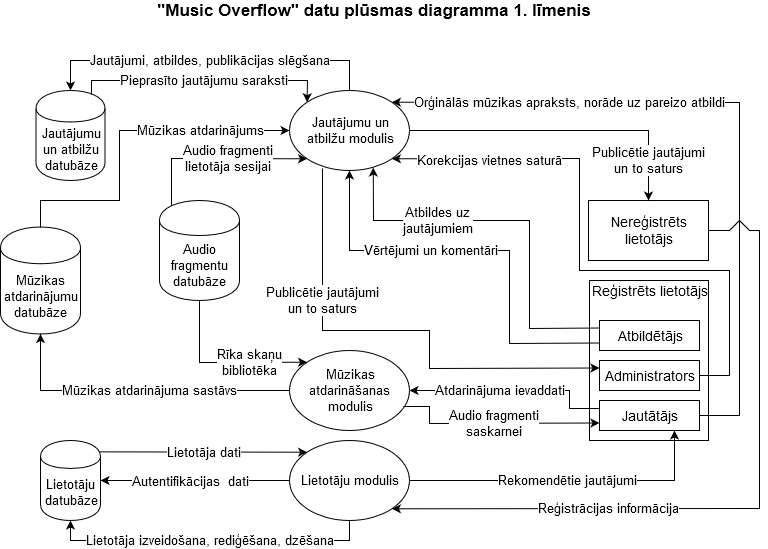
Above: DPD1.png in santiims/PI (draw.io), before the change. Source tidied: cells renumbered, new cells last; positions are measured from the earlier drawing's top-left corner, leaving out a move shared by most shapes.
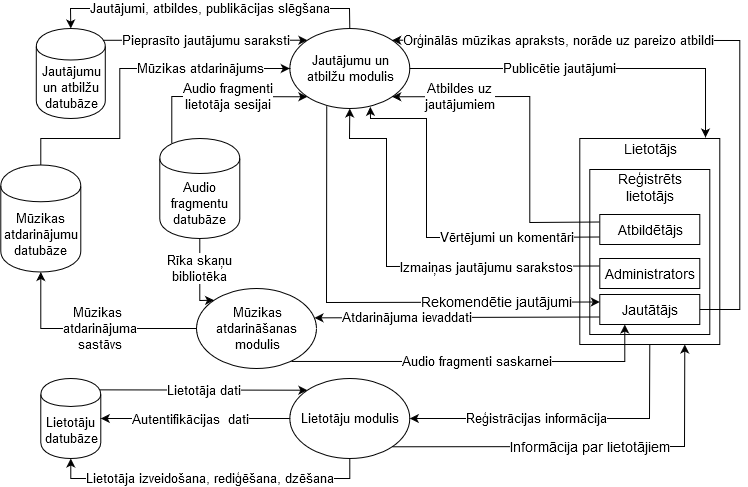
The same diagram one commit later.

The edit, as a diff of the source:
```diff
@@ -2,82 +2,61 @@
   <root>
     <mxCell id="0" />
     <mxCell id="1" parent="0" />
-    <mxCell id="2" style="rounded=0;whiteSpace=wrap;html=1;fillColor=none;" parent="1" vertex="1">
-      <mxGeometry x="589" y="280" width="119" height="160" as="geometry" />
-    </mxCell>
+    <mxCell id="37" style="rounded=0;whiteSpace=wrap;html=1;fillColor=none;" parent="1" vertex="1">
+      <mxGeometry x="579" y="200" width="140" height="206" as="geometry" />
+    </mxCell>
+    <mxCell id="38" style="rounded=0;whiteSpace=wrap;html=1;fillColor=none;" parent="1" vertex="1">
+      <mxGeometry x="589" y="231" width="120" height="165" as="geometry" />
+    </mxCell>
     <mxCell id="3" value="Jautājumu un atbilžu modulis" style="ellipse;whiteSpace=wrap;html=1;fontSize=13;" parent="1" vertex="1">
       <mxGeometry x="289" y="90" width="120" height="80" as="geometry" />
     </mxCell>
     <mxCell id="4" value="Mūzikas atdarināšanas&lt;br style=&quot;font-size: 13px;&quot;&gt;modulis" style="ellipse;whiteSpace=wrap;html=1;fontSize=13;" parent="1" vertex="1">
-      <mxGeometry x="289" y="350" width="120" height="80" as="geometry" />
+      <mxGeometry x="195.7" y="350" width="120" height="80" as="geometry" />
     </mxCell>
     <mxCell id="5" value="Lietotāju modulis" style="ellipse;whiteSpace=wrap;html=1;fontSize=13;" parent="1" vertex="1">
       <mxGeometry x="289" y="440" width="120" height="80" as="geometry" />
     </mxCell>
-    <mxCell id="6" value="Atbildētājs" style="rounded=0;whiteSpace=wrap;html=1;fontSize=14;" parent="1" vertex="1">
-      <mxGeometry x="599" y="320" width="100" height="30" as="geometry" />
-    </mxCell>
-    <mxCell id="7" value="Jautātājs" style="rounded=0;whiteSpace=wrap;html=1;fontSize=14;" parent="1" vertex="1">
-      <mxGeometry x="599" y="400" width="100" height="30" as="geometry" />
-    </mxCell>
-    <mxCell id="8" value="Nereģistrēts lietotājs" style="rounded=0;whiteSpace=wrap;html=1;fontSize=14;" parent="1" vertex="1">
-      <mxGeometry x="588" y="200" width="120" height="60" as="geometry" />
-    </mxCell>
-    <mxCell id="9" value="Vērtējumi&amp;nbsp;un komentāri" style="endArrow=classic;html=1;rounded=0;exitX=0;exitY=0.75;exitDx=0;exitDy=0;entryX=0.5;entryY=1;entryDx=0;entryDy=0;fontSize=13;" parent="1" edge="1" source="6" target="3">
-      <mxGeometry x="0.24" relative="1" as="geometry">
+    <mxCell id="9" value="Vērtējumi&amp;nbsp;un komentāri" style="endArrow=classic;html=1;rounded=0;exitX=0;exitY=0.75;exitDx=0;exitDy=0;entryX=0.671;entryY=0.979;entryDx=0;entryDy=0;fontSize=13;entryPerimeter=0;" parent="1" edge="1" source="6" target="3">
+      <mxGeometry x="-0.48" relative="1" as="geometry">
         <Array as="points">
-          <mxPoint x="509" y="343" />
-          <mxPoint x="509" y="250" />
-          <mxPoint x="349" y="250" />
+          <mxPoint x="509" y="299" />
+          <mxPoint x="425.7" y="299" />
+          <mxPoint x="425.7" y="180" />
+          <mxPoint x="369.7" y="180" />
         </Array>
-        <mxPoint x="1" as="offset" />
       </mxGeometry>
     </mxCell>
-    <mxCell id="10" value="Atbildes uz&lt;br style=&quot;font-size: 13px;&quot;&gt;jautājumiem" style="endArrow=classic;html=1;rounded=0;exitX=0;exitY=0.25;exitDx=0;exitDy=0;fontSize=13;entryX=0.698;entryY=0.963;entryDx=0;entryDy=0;entryPerimeter=0;" parent="1" edge="1" source="6" target="3">
-      <mxGeometry x="0.39" relative="1" as="geometry">
+    <mxCell id="10" value="Atbildes uz&lt;br style=&quot;font-size: 13px;&quot;&gt;jautājumiem" style="endArrow=classic;html=1;rounded=0;exitX=0;exitY=0.25;exitDx=0;exitDy=0;fontSize=13;entryX=1;entryY=1;entryDx=0;entryDy=0;" parent="1" edge="1" source="6" target="3">
+      <mxGeometry x="0.59" relative="1" as="geometry">
         <Array as="points">
-          <mxPoint x="529" y="328" />
+          <mxPoint x="529" y="284" />
           <mxPoint x="529" y="220" />
-          <mxPoint x="373" y="220" />
+          <mxPoint x="529" y="158" />
         </Array>
       </mxGeometry>
     </mxCell>
-    <mxCell id="11" value="Publicētie jautājumi&lt;br style=&quot;font-size: 13px;&quot;&gt;un to saturs" style="endArrow=classic;html=1;rounded=0;entryX=0.5;entryY=0;entryDx=0;entryDy=0;exitX=1;exitY=0.5;exitDx=0;exitDy=0;fontSize=13;" parent="1" edge="1" source="3" target="8">
-      <mxGeometry x="0.55" y="-30" relative="1" as="geometry">
+    <mxCell id="11" value="Publicētie jautājumi" style="endArrow=classic;html=1;rounded=0;entryX=0.898;entryY=-0.05;entryDx=0;entryDy=0;exitX=1;exitY=0.5;exitDx=0;exitDy=0;fontSize=13;entryPerimeter=0;" parent="1" edge="1" source="3" target="39">
+      <mxGeometry x="-0.18" relative="1" as="geometry">
         <Array as="points">
-          <mxPoint x="648" y="130" />
+          <mxPoint x="704.7" y="130" />
         </Array>
-        <mxPoint x="30" y="30" as="offset" />
       </mxGeometry>
     </mxCell>
-    <mxCell id="12" value="Atdarinājuma ievaddati" style="endArrow=classic;html=1;rounded=0;entryX=1;entryY=0.5;entryDx=0;entryDy=0;fontSize=13;" parent="1" edge="1" target="4">
-      <mxGeometry x="0.13" relative="1" as="geometry">
-        <mxPoint x="599" y="408" as="sourcePoint" />
-        <Array as="points">
-          <mxPoint x="569" y="408" />
-          <mxPoint x="569" y="390" />
-        </Array>
-      </mxGeometry>
+    <mxCell id="12" value="Atdarinājuma ievaddati" style="endArrow=classic;html=1;rounded=0;fontSize=13;exitX=0;exitY=0.75;exitDx=0;exitDy=0;entryX=0.983;entryY=0.367;entryDx=0;entryDy=0;entryPerimeter=0;" parent="1" edge="1" source="7" target="4">
+      <mxGeometry x="0.35" relative="1" as="geometry" />
     </mxCell>
-    <mxCell id="13" value="Audio fragmenti&lt;br style=&quot;font-size: 13px;&quot;&gt;saskarnei" style="endArrow=classic;html=1;rounded=0;entryX=0;entryY=0.75;entryDx=0;entryDy=0;fontSize=13;exitX=0.95;exitY=0.7;exitDx=0;exitDy=0;exitPerimeter=0;" parent="1" edge="1" source="4" target="7">
+    <mxCell id="13" value="Audio fragmenti&amp;nbsp;saskarnei" style="endArrow=classic;html=1;rounded=0;entryX=0.25;entryY=1;entryDx=0;entryDy=0;fontSize=13;exitX=0.791;exitY=0.912;exitDx=0;exitDy=0;exitPerimeter=0;" parent="1" edge="1" source="4" target="7">
       <mxGeometry relative="1" as="geometry">
         <Array as="points">
-          <mxPoint x="429" y="406" />
-          <mxPoint x="429" y="423" />
+          <mxPoint x="624" y="423" />
         </Array>
       </mxGeometry>
     </mxCell>
-    <mxCell id="14" value="Rekomendētie jautājumi" style="endArrow=classic;html=1;rounded=0;exitX=1;exitY=0.5;exitDx=0;exitDy=0;fontSize=13;entryX=0.75;entryY=1;entryDx=0;entryDy=0;" parent="1" edge="1" source="5" target="7">
-      <mxGeometry relative="1" as="geometry">
-        <Array as="points">
-          <mxPoint x="674" y="480" />
-        </Array>
-      </mxGeometry>
-    </mxCell>
     <mxCell id="15" value="Orģinālās mūzikas apraksts, norāde uz pareizo atbildi" style="endArrow=classic;html=1;rounded=0;entryX=1;entryY=0;entryDx=0;entryDy=0;exitX=1;exitY=0.5;exitDx=0;exitDy=0;fontSize=13;" parent="1" edge="1" source="7" target="3">
       <mxGeometry x="0.49" relative="1" as="geometry">
         <Array as="points">
-          <mxPoint x="739" y="415" />
+          <mxPoint x="739" y="371" />
           <mxPoint x="739" y="102" />
         </Array>
       </mxGeometry>
@@ -96,7 +75,7 @@
       </mxGeometry>
     </mxCell>
     <mxCell id="19" value="Rīka skaņu&lt;br style=&quot;font-size: 13px;&quot;&gt;bibliotēka" style="endArrow=classic;html=1;rounded=0;exitX=0.5;exitY=1;exitDx=0;exitDy=0;entryX=0;entryY=0;entryDx=0;entryDy=0;fontSize=13;" parent="1" edge="1" source="17" target="4">
-      <mxGeometry x="0.32" relative="1" as="geometry">
+      <mxGeometry x="-0.21" relative="1" as="geometry">
         <Array as="points">
           <mxPoint x="199" y="362" />
         </Array>
@@ -113,25 +92,20 @@
         <mxPoint x="30" y="1" as="offset" />
       </mxGeometry>
     </mxCell>
-    <mxCell id="23" value="Pieprasīto jautājumu saraksti" style="endArrow=classic;html=1;exitX=0.85;exitY=0.05;exitDx=0;exitDy=0;entryX=0;entryY=0;entryDx=0;entryDy=0;rounded=0;exitPerimeter=0;fontSize=13;" parent="1" edge="1">
+    <mxCell id="23" value="Pieprasīto jautājumu saraksti" style="endArrow=classic;html=1;entryX=0;entryY=0;entryDx=0;entryDy=0;rounded=0;fontSize=13;exitX=0.968;exitY=0.131;exitDx=0;exitDy=0;exitPerimeter=0;" parent="1" edge="1" source="16">
       <mxGeometry relative="1" as="geometry">
-        <mxPoint x="91" y="94" as="sourcePoint" />
         <mxPoint x="306.6" y="101.7" as="targetPoint" />
-        <Array as="points">
-          <mxPoint x="91" y="80" />
-          <mxPoint x="307" y="80" />
-        </Array>
       </mxGeometry>
     </mxCell>
     <mxCell id="24" value="Jautājumi, atbildes, publikācijas slēgšana" style="endArrow=classic;html=1;rounded=0;entryX=0.5;entryY=0;entryDx=0;entryDy=0;exitX=0.5;exitY=0;exitDx=0;exitDy=0;fontSize=13;" parent="1" edge="1" source="3" target="16">
       <mxGeometry relative="1" as="geometry">
         <Array as="points">
-          <mxPoint x="349" y="60" />
-          <mxPoint x="70" y="60" />
+          <mxPoint x="348.7" y="70" />
+          <mxPoint x="69.7" y="70" />
         </Array>
       </mxGeometry>
     </mxCell>
-    <mxCell id="25" value="Mūzikas&amp;nbsp;atdarinājuma sastāvs" style="endArrow=classic;html=1;rounded=0;exitX=0;exitY=0.5;exitDx=0;exitDy=0;entryX=0.5;entryY=1;entryDx=0;entryDy=0;fontSize=13;" parent="1" edge="1" source="4" target="26">
+    <mxCell id="25" value="Mūzikas&amp;nbsp;&lt;br&gt;atdarinājuma&lt;br&gt;sastāvs" style="endArrow=classic;html=1;rounded=0;exitX=0;exitY=0.5;exitDx=0;exitDy=0;entryX=0.5;entryY=1;entryDx=0;entryDy=0;fontSize=13;" parent="1" edge="1" source="4" target="26">
       <mxGeometry x="-0.08" relative="1" as="geometry">
         <Array as="points">
           <mxPoint x="40" y="390" />
@@ -162,49 +136,55 @@
     <mxCell id="29" value="Lietotāja dati" style="endArrow=classic;html=1;entryX=0;entryY=0;entryDx=0;entryDy=0;rounded=0;exitX=0.978;exitY=0.142;exitDx=0;exitDy=0;fontSize=13;exitPerimeter=0;" parent="1" edge="1" source="20" target="5">
       <mxGeometry relative="1" as="geometry" />
     </mxCell>
-    <mxCell id="30" value="Reģistrācijas informācija" style="endArrow=classic;html=1;rounded=0;entryX=1;entryY=1;entryDx=0;entryDy=0;exitX=1;exitY=0.5;exitDx=0;exitDy=0;fontSize=13;" parent="1" edge="1" source="8" target="5">
-      <mxGeometry x="0.38" relative="1" as="geometry">
+    <mxCell id="30" value="Reģistrācijas informācija" style="endArrow=classic;html=1;rounded=0;entryX=1;entryY=0.5;entryDx=0;entryDy=0;fontSize=13;exitX=0.5;exitY=1;exitDx=0;exitDy=0;" parent="1" edge="1" source="37" target="5">
+      <mxGeometry x="0.19" relative="1" as="geometry">
         <Array as="points">
-          <mxPoint x="729" y="230" />
-          <mxPoint x="739" y="220" />
-          <mxPoint x="749" y="230" />
-          <mxPoint x="759" y="230" />
-          <mxPoint x="759" y="508" />
+          <mxPoint x="648.7" y="480" />
         </Array>
       </mxGeometry>
     </mxCell>
-    <mxCell id="31" value="&quot;Music Overflow&quot; datu plūsmas diagramma 1. līmenis" style="text;html=1;strokeColor=none;fillColor=none;align=center;verticalAlign=middle;whiteSpace=wrap;rounded=0;fontSize=17;fontStyle=1;" parent="1" vertex="1">
-      <mxGeometry x="98" width="550" height="20" as="geometry" />
-    </mxCell>
+    <mxCell id="35" value="&lt;span style=&quot;font-size: 13px&quot;&gt;Izmaiņas jautājumu sarakstos&lt;/span&gt;" style="endArrow=classic;html=1;fontSize=14;rounded=0;entryX=0.5;entryY=1;entryDx=0;entryDy=0;exitX=0;exitY=0.25;exitDx=0;exitDy=0;" parent="1" edge="1" source="33" target="3">
+      <mxGeometry x="-0.45" relative="1" as="geometry">
+        <Array as="points">
+          <mxPoint x="385.7" y="328" />
+          <mxPoint x="385.7" y="200" />
+          <mxPoint x="348.7" y="200" />
+        </Array>
+      </mxGeometry>
+    </mxCell>
+    <mxCell id="39" value="Lietotājs" style="text;html=1;strokeColor=none;fillColor=none;align=center;verticalAlign=middle;whiteSpace=wrap;rounded=0;fontSize=14;" parent="1" vertex="1">
+      <mxGeometry x="579" y="200" width="140" height="20" as="geometry" />
+    </mxCell>
-    <mxCell id="32" value="Reģistrēts lietotājs" style="text;html=1;strokeColor=none;fillColor=none;align=center;verticalAlign=middle;whiteSpace=wrap;rounded=0;fontSize=14;" parent="1" vertex="1">
-      <mxGeometry x="589" y="280" width="120" height="20" as="geometry" />
+    <mxCell id="32" value="Reģistrēts&lt;br style=&quot;font-size: 14px;&quot;&gt;lietotājs" style="text;html=1;strokeColor=none;fillColor=none;align=center;verticalAlign=middle;whiteSpace=wrap;rounded=0;fontSize=14;" parent="1" vertex="1">
+      <mxGeometry x="589" y="231" width="120" height="35" as="geometry" />
     </mxCell>
+    <mxCell id="6" value="Atbildētājs" style="rounded=0;whiteSpace=wrap;html=1;fontSize=14;" parent="1" vertex="1">
+      <mxGeometry x="599" y="276" width="100" height="30" as="geometry" />
+    </mxCell>
+    <mxCell id="7" value="Jautātājs" style="rounded=0;whiteSpace=wrap;html=1;fontSize=14;" parent="1" vertex="1">
+      <mxGeometry x="599" y="356" width="100" height="30" as="geometry" />
+    </mxCell>
     <mxCell id="33" value="Administrators" style="rounded=0;whiteSpace=wrap;html=1;fontSize=14;" parent="1" vertex="1">
-      <mxGeometry x="599" y="360" width="100" height="30" as="geometry" />
+      <mxGeometry x="599" y="320" width="100" height="30" as="geometry" />
     </mxCell>
-    <mxCell id="34" value="Publicētie jautājumi&lt;br style=&quot;font-size: 13px;&quot;&gt;un to saturs" style="endArrow=classic;html=1;rounded=0;entryX=0;entryY=0.25;entryDx=0;entryDy=0;exitX=0.275;exitY=0.975;exitDx=0;exitDy=0;fontSize=13;exitPerimeter=0;" parent="1" edge="1" source="3" target="33">
-      <mxGeometry x="-0.45" relative="1" as="geometry">
-        <Array as="points">
-          <mxPoint x="322" y="330" />
-          <mxPoint x="429" y="330" />
-          <mxPoint x="429" y="368" />
-        </Array>
-      </mxGeometry>
-    </mxCell>
-    <mxCell id="35" style="endArrow=classic;html=1;fontSize=14;entryX=1;entryY=1;entryDx=0;entryDy=0;exitX=1;exitY=0.5;exitDx=0;exitDy=0;rounded=0;" parent="1" edge="1" source="33" target="3">
-      <mxGeometry relative="1" as="geometry">
-        <Array as="points">
-          <mxPoint x="729" y="375" />
-          <mxPoint x="729" y="270" />
-          <mxPoint x="579" y="270" />
-          <mxPoint x="579" y="158" />
-        </Array>
-      </mxGeometry>
-    </mxCell>
-    <mxCell id="36" value="Korekcijas vietnes saturā" style="text;html=1;align=center;verticalAlign=middle;labelBackgroundColor=#ffffff;fontSize=13;" parent="35" vertex="1">
-      <mxGeometry x="0.58" y="1" relative="1" as="geometry">
-        <mxPoint x="-26.2" as="offset" />
-      </mxGeometry>
-    </mxCell>
+    <mxCell id="40" value="Informācija par lietotājiem" style="endArrow=classic;html=1;fontSize=14;exitX=1;exitY=1;exitDx=0;exitDy=0;entryX=0.75;entryY=1;entryDx=0;entryDy=0;rounded=0;" parent="1" edge="1" source="5" target="37">
+      <mxGeometry relative="1" as="geometry">
+        <Array as="points">
+          <mxPoint x="683.7" y="508" />
+        </Array>
+      </mxGeometry>
+    </mxCell>
+    <mxCell id="41" style="endArrow=classic;html=1;fontSize=14;exitX=0.308;exitY=0.97;exitDx=0;exitDy=0;rounded=0;exitPerimeter=0;entryX=0;entryY=0.25;entryDx=0;entryDy=0;" parent="1" edge="1" source="3" target="7">
+      <mxGeometry relative="1" as="geometry">
+        <Array as="points">
+          <mxPoint x="325.7" y="364" />
+        </Array>
+      </mxGeometry>
+    </mxCell>
+    <mxCell id="14" value="Rekomendētie jautājumi" style="text;html=1;align=center;verticalAlign=middle;labelBackgroundColor=#ffffff;fontSize=14;" parent="41" vertex="1">
+      <mxGeometry x="-0.16" y="50" relative="1" as="geometry">
+        <mxPoint x="169.9" y="48" as="offset" />
+      </mxGeometry>
+    </mxCell>
   </root>
 </mxGraphModel>
```
